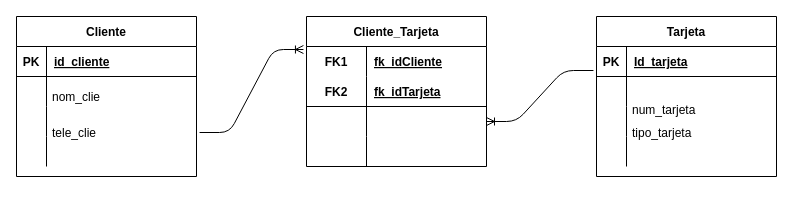
Earlier version of the draw.io diagram Untitled Diagram.drawio (mecs123/ClienteTarjetaSpringBoot). Source tidied: cells renumbered, new cells numbered last; positions are measured from the earlier drawing's top-left corner, leaving out a move shared by most shapes. Both pictures are drawn from the tidied source at 100%, with x=0, y=0 at pixel (16, 16).
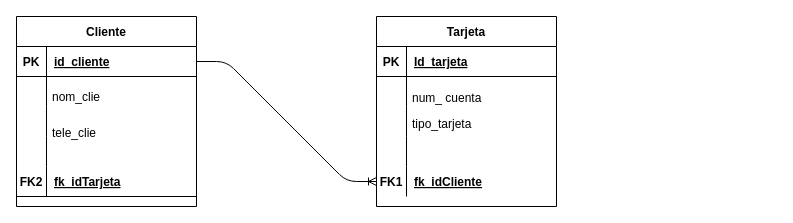
After the change.

The change refers to these unchanged cells:
```xml
<mxCell id="3" style="shape=partialRectangle;fillColor=none;top=0;left=0;bottom=1;right=0;points=[[0,0.5],[1,0.5]];portConstraint=eastwest;" parent="2" vertex="1">
  <mxGeometry y="30" width="180" height="30" as="geometry" />
</mxCell>
<mxCell id="12" style="shape=partialRectangle;fillColor=none;top=0;left=0;bottom=0;right=0;points=[[0,0.5],[1,0.5]];portConstraint=eastwest;" parent="2" vertex="1">
  <mxGeometry y="120" width="180" height="30" as="geometry" />
</mxCell>
<mxCell id="16" style="shape=partialRectangle;fillColor=none;top=0;left=0;bottom=1;right=0;points=[[0,0.5],[1,0.5]];portConstraint=eastwest;" parent="15" vertex="1">
  <mxGeometry y="30" width="180" height="30" as="geometry" />
</mxCell>
```

Diff of the diagram source:
```diff
@@
     <mxCell id="2" value="Cliente" style="shape=table;startSize=30;childLayout=tableLayout;rowLines=0;fontStyle=1;align=center;" parent="1" vertex="1">
-      <mxGeometry width="180" height="160" as="geometry" />
+      <mxGeometry width="180" height="190" as="geometry" />
     </mxCell>
@@
+    <mxCell id="34" style="shape=partialRectangle;fillColor=none;top=0;left=0;bottom=1;right=0;" parent="2" vertex="1">
+      <mxGeometry y="150" width="180" height="30" as="geometry" />
+    </mxCell>
+    <mxCell id="35" value="FK2" style="shape=partialRectangle;fillColor=none;top=0;left=0;bottom=0;right=0;fontStyle=1;overflow=hidden;" parent="34" vertex="1">
+      <mxGeometry width="30" height="30" as="geometry" />
+    </mxCell>
+    <mxCell id="36" value="fk_idTarjeta" style="shape=partialRectangle;fillColor=none;top=0;left=0;bottom=0;right=0;align=left;spacingLeft=6;fontStyle=5;overflow=hidden;" parent="34" vertex="1">
+      <mxGeometry x="30" width="150" height="30" as="geometry" />
+    </mxCell>
     <mxCell id="15" value="Tarjeta" style="shape=table;startSize=30;childLayout=tableLayout;rowLines=0;fontStyle=1;align=center;" parent="1" vertex="1">
-      <mxGeometry x="580" width="180" height="160" as="geometry" />
+      <mxGeometry x="360" width="180" height="190" as="geometry" />
     </mxCell>
@@
-    <mxCell id="28" value="num_tarjeta" style="text;strokeColor=none;fillColor=none;align=left;verticalAlign=top;spacingLeft=4;spacingRight=4;overflow=hidden;" parent="1" vertex="1">
-      <mxGeometry x="610" y="80" width="140" height="26" as="geometry" />
-    </mxCell>
-    <mxCell id="29" value="tipo_tarjeta" style="text;strokeColor=none;fillColor=none;align=left;verticalAlign=top;spacingLeft=4;spacingRight=4;overflow=hidden;" parent="1" vertex="1">
-      <mxGeometry x="610" y="103" width="140" height="26" as="geometry" />
-    </mxCell>
-    <mxCell id="30" value="Cliente_Tarjeta" style="shape=table;startSize=30;childLayout=tableLayout;rowLines=0;fontStyle=1;align=center;" parent="1" vertex="1">
-      <mxGeometry x="290" width="180" height="150" as="geometry" />
-    </mxCell>
-    <mxCell id="31" style="shape=partialRectangle;fillColor=none;top=0;left=0;bottom=0;right=0;points=[[0,0.5],[1,0.5]];portConstraint=eastwest;" parent="30" vertex="1">
-      <mxGeometry y="30" width="180" height="30" as="geometry" />
+    <mxCell id="31" style="shape=partialRectangle;fillColor=none;top=0;left=0;bottom=0;right=0;points=[[0,0.5],[1,0.5]];portConstraint=eastwest;" parent="15" vertex="1">
+      <mxGeometry y="150" width="180" height="30" as="geometry" />
     </mxCell>
     <mxCell id="32" value="FK1" style="shape=partialRectangle;fillColor=none;top=0;left=0;bottom=0;right=0;fontStyle=1;overflow=hidden;" parent="31" vertex="1">
-      <mxGeometry width="60" height="30" as="geometry" />
+      <mxGeometry width="30" height="30" as="geometry" />
     </mxCell>
     <mxCell id="33" value="fk_idCliente" style="shape=partialRectangle;fillColor=none;top=0;left=0;bottom=0;right=0;align=left;spacingLeft=6;fontStyle=5;overflow=hidden;" parent="31" vertex="1">
-      <mxGeometry x="60" width="120" height="30" as="geometry" />
+      <mxGeometry x="30" width="150" height="30" as="geometry" />
     </mxCell>
-    <mxCell id="34" style="shape=partialRectangle;fillColor=none;top=0;left=0;bottom=1;right=0;" parent="30" vertex="1">
-      <mxGeometry y="60" width="180" height="30" as="geometry" />
-    </mxCell>
-    <mxCell id="35" value="FK2" style="shape=partialRectangle;fillColor=none;top=0;left=0;bottom=0;right=0;fontStyle=1;overflow=hidden;" parent="34" vertex="1">
-      <mxGeometry width="60" height="30" as="geometry" />
-    </mxCell>
-    <mxCell id="36" value="fk_idTarjeta" style="shape=partialRectangle;fillColor=none;top=0;left=0;bottom=0;right=0;align=left;spacingLeft=6;fontStyle=5;overflow=hidden;" parent="34" vertex="1">
-      <mxGeometry x="60" width="120" height="30" as="geometry" />
-    </mxCell>
-    <mxCell id="37" style="shape=partialRectangle;fillColor=none;top=0;left=0;bottom=0;right=0;points=[[0,0.5],[1,0.5]];portConstraint=eastwest;" parent="30" vertex="1">
-      <mxGeometry y="90" width="180" height="30" as="geometry" />
-    </mxCell>
-    <mxCell id="38" style="shape=partialRectangle;fillColor=none;top=0;left=0;bottom=0;right=0;overflow=hidden;" parent="37" vertex="1">
-      <mxGeometry width="60" height="30" as="geometry" />
-    </mxCell>
-    <mxCell id="39" style="shape=partialRectangle;fillColor=none;top=0;left=0;bottom=0;right=0;align=left;spacingLeft=6;overflow=hidden;" parent="37" vertex="1">
-      <mxGeometry x="60" width="120" height="30" as="geometry" />
-    </mxCell>
-    <mxCell id="40" style="shape=partialRectangle;fillColor=none;top=0;left=0;bottom=0;right=0;" parent="30" vertex="1">
-      <mxGeometry y="120" width="180" height="30" as="geometry" />
-    </mxCell>
-    <mxCell id="41" style="shape=partialRectangle;fillColor=none;top=0;left=0;bottom=0;right=0;overflow=hidden;" parent="40" vertex="1">
-      <mxGeometry width="60" height="30" as="geometry" />
-    </mxCell>
-    <mxCell id="42" style="shape=partialRectangle;fillColor=none;top=0;left=0;bottom=0;right=0;align=left;spacingLeft=6;overflow=hidden;" parent="40" vertex="1">
-      <mxGeometry x="60" width="120" height="30" as="geometry" />
-    </mxCell>
-    <mxCell id="43" style="edgeStyle=entityRelationEdgeStyle;fontSize=12;html=1;endArrow=ERoneToMany;exitX=1.017;exitY=-0.133;exitDx=0;exitDy=0;exitPerimeter=0;entryX=-0.017;entryY=0.1;entryDx=0;entryDy=0;entryPerimeter=0;" parent="1" edge="1" source="12" target="31">
-      <mxGeometry relative="1" as="geometry" />
-    </mxCell>
+    <mxCell id="28" value="num_ cuenta" style="text;strokeColor=none;fillColor=none;align=left;verticalAlign=top;spacingLeft=4;spacingRight=4;overflow=hidden;" parent="1" vertex="1">
+      <mxGeometry x="390" y="68" width="140" height="26" as="geometry" />
+    </mxCell>
+    <mxCell id="29" value="tipo_tarjeta" style="text;strokeColor=none;fillColor=none;align=left;verticalAlign=top;spacingLeft=4;spacingRight=4;overflow=hidden;" parent="1" vertex="1">
+      <mxGeometry x="390" y="94" width="140" height="26" as="geometry" />
+    </mxCell>
@@
-    <mxCell id="46" style="edgeStyle=entityRelationEdgeStyle;fontSize=12;html=1;endArrow=ERoneToMany;entryX=1;entryY=0.5;entryDx=0;entryDy=0;exitX=-0.017;exitY=0.8;exitDx=0;exitDy=0;exitPerimeter=0;" parent="1" edge="1" source="16" target="37">
-      <mxGeometry relative="1" as="geometry" />
-    </mxCell>
+    <mxCell id="47" style="edgeStyle=entityRelationEdgeStyle;fontSize=12;html=1;endArrow=ERoneToMany;exitX=1;exitY=0.5;exitDx=0;exitDy=0;" parent="1" edge="1" source="3" target="31">
+      <mxGeometry relative="1" as="geometry" />
+    </mxCell>
```
